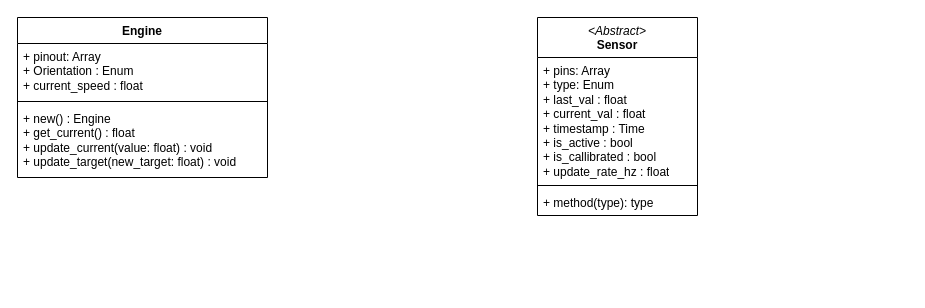
The draw.io diagram doc/ClassDiagramm.drawio in Bl8nk20/drone, before the edit. Source tidied: cells renumbered, new cells numbered last; positions are measured from the earlier drawing's top-left corner, leaving out a move shared by most shapes. Both pictures are drawn from the tidied source at 100%, with x=0, y=0 at pixel (17, 17).
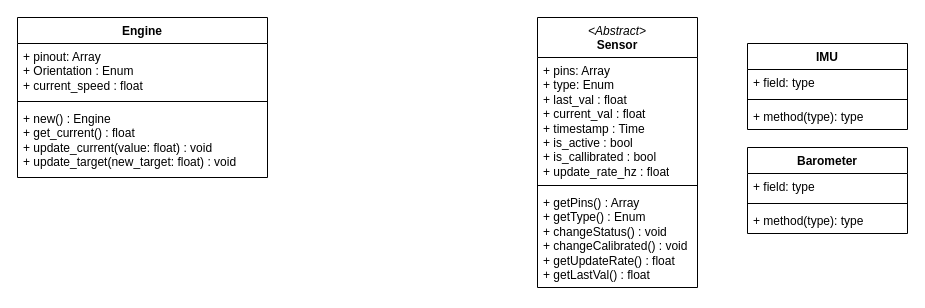
The same diagram, later.

Commit message:
added some methods to abstract Sensor Class

The edit, as a diff of the source:
```diff
@@
 <mxGraphModel>
   <root>
     <mxCell id="0" />
     <mxCell id="1" parent="0" />
     <mxCell id="2" value="Engine" style="swimlane;fontStyle=1;align=center;verticalAlign=top;horizontal=1;startSize=26;whiteSpace=wrap;html=1;" parent="1" vertex="1">
       <mxGeometry width="250" height="160" as="geometry" />
     </mxCell>
     <mxCell id="3" value="+ pinout: Array&lt;div&gt;+ Orientation : Enum&lt;/div&gt;&lt;div&gt;+ current_speed : float&lt;/div&gt;" style="text;strokeColor=none;fillColor=none;align=left;verticalAlign=top;spacingLeft=4;spacingRight=4;overflow=hidden;whiteSpace=wrap;html=1;" parent="2" vertex="1">
       <mxGeometry y="26" width="250" height="54" as="geometry" />
     </mxCell>
     <mxCell id="4" style="line;strokeWidth=1;fillColor=none;align=left;verticalAlign=middle;spacingTop=-1;spacingLeft=3;spacingRight=3;labelPosition=right;strokeColor=inherit;" parent="2" vertex="1">
       <mxGeometry y="80" width="250" height="8" as="geometry" />
     </mxCell>
     <mxCell id="5" value="+ new() : Engine&lt;div&gt;+ get_current() : float&lt;/div&gt;&lt;div&gt;+ update_current(value: float) : void&lt;/div&gt;&lt;div&gt;+ update_target(new_target: float) : void&lt;/div&gt;" style="text;strokeColor=none;fillColor=none;align=left;verticalAlign=top;spacingLeft=4;spacingRight=4;overflow=hidden;whiteSpace=wrap;html=1;" parent="2" vertex="1">
       <mxGeometry y="88" width="250" height="72" as="geometry" />
     </mxCell>
     <mxCell id="6" value="&lt;span style=&quot;font-weight: normal;&quot;&gt;&lt;i&gt;&amp;lt;Abstract&amp;gt;&lt;/i&gt;&lt;/span&gt;&lt;div&gt;Sensor&lt;/div&gt;" style="swimlane;fontStyle=1;align=center;verticalAlign=top;horizontal=1;startSize=40;whiteSpace=wrap;html=1;" parent="1" vertex="1">
-      <mxGeometry x="520" width="160" height="198" as="geometry" />
+      <mxGeometry x="520" width="160" height="270" as="geometry" />
     </mxCell>
     <mxCell id="7" value="+ pins: Array&lt;div&gt;+ type: Enum&lt;/div&gt;&lt;div&gt;+ last_val : float&lt;/div&gt;&lt;div&gt;+ current_val : float&lt;/div&gt;&lt;div&gt;+ timestamp : Time&lt;/div&gt;&lt;div&gt;+ is_active : bool&lt;/div&gt;&lt;div&gt;+ is_callibrated : bool&lt;/div&gt;&lt;div&gt;+ update_rate_hz : float&lt;/div&gt;" style="text;strokeColor=none;fillColor=none;align=left;verticalAlign=top;spacingLeft=4;spacingRight=4;overflow=hidden;whiteSpace=wrap;html=1;" parent="6" vertex="1">
       <mxGeometry y="40" width="160" height="124" as="geometry" />
     </mxCell>
     <mxCell id="8" style="line;strokeWidth=1;fillColor=none;align=left;verticalAlign=middle;spacingTop=-1;spacingLeft=3;spacingRight=3;labelPosition=right;strokeColor=inherit;" parent="6" vertex="1">
       <mxGeometry y="164" width="160" height="8" as="geometry" />
     </mxCell>
-    <mxCell id="9" value="+ method(type): type" style="text;strokeColor=none;fillColor=none;align=left;verticalAlign=top;spacingLeft=4;spacingRight=4;overflow=hidden;whiteSpace=wrap;html=1;" parent="6" vertex="1">
-      <mxGeometry y="172" width="160" height="26" as="geometry" />
+    <mxCell id="9" value="+ getPins() : Array&lt;div&gt;+ getType() : Enum&lt;/div&gt;&lt;div&gt;+ changeStatus() : void&lt;/div&gt;&lt;div&gt;+ changeCalibrated() : void&lt;/div&gt;&lt;div&gt;+ getUpdateRate() : float&lt;/div&gt;&lt;div&gt;+ getLastVal() : float&lt;/div&gt;" style="text;strokeColor=none;fillColor=none;align=left;verticalAlign=top;spacingLeft=4;spacingRight=4;overflow=hidden;whiteSpace=wrap;html=1;" parent="6" vertex="1">
+      <mxGeometry y="172" width="160" height="98" as="geometry" />
     </mxCell>
+    <mxCell id="10" value="IMU" style="swimlane;fontStyle=1;align=center;verticalAlign=top;horizontal=1;startSize=26;whiteSpace=wrap;html=1;" parent="1" vertex="1">
+      <mxGeometry x="730" y="26" width="160" height="86" as="geometry" />
+    </mxCell>
+    <mxCell id="11" value="+ field: type" style="text;strokeColor=none;fillColor=none;align=left;verticalAlign=top;spacingLeft=4;spacingRight=4;overflow=hidden;whiteSpace=wrap;html=1;" parent="10" vertex="1">
+      <mxGeometry y="26" width="160" height="26" as="geometry" />
+    </mxCell>
+    <mxCell id="12" style="line;strokeWidth=1;fillColor=none;align=left;verticalAlign=middle;spacingTop=-1;spacingLeft=3;spacingRight=3;labelPosition=right;strokeColor=inherit;" parent="10" vertex="1">
+      <mxGeometry y="52" width="160" height="8" as="geometry" />
+    </mxCell>
+    <mxCell id="13" value="+ method(type): type" style="text;strokeColor=none;fillColor=none;align=left;verticalAlign=top;spacingLeft=4;spacingRight=4;overflow=hidden;whiteSpace=wrap;html=1;" parent="10" vertex="1">
+      <mxGeometry y="60" width="160" height="26" as="geometry" />
+    </mxCell>
+    <mxCell id="14" value="Barometer" style="swimlane;fontStyle=1;align=center;verticalAlign=top;horizontal=1;startSize=26;whiteSpace=wrap;html=1;" parent="1" vertex="1">
+      <mxGeometry x="730" y="130" width="160" height="86" as="geometry" />
+    </mxCell>
+    <mxCell id="15" value="+ field: type" style="text;strokeColor=none;fillColor=none;align=left;verticalAlign=top;spacingLeft=4;spacingRight=4;overflow=hidden;whiteSpace=wrap;html=1;" parent="14" vertex="1">
+      <mxGeometry y="26" width="160" height="26" as="geometry" />
+    </mxCell>
+    <mxCell id="16" style="line;strokeWidth=1;fillColor=none;align=left;verticalAlign=middle;spacingTop=-1;spacingLeft=3;spacingRight=3;labelPosition=right;strokeColor=inherit;" parent="14" vertex="1">
+      <mxGeometry y="52" width="160" height="8" as="geometry" />
+    </mxCell>
+    <mxCell id="17" value="+ method(type): type" style="text;strokeColor=none;fillColor=none;align=left;verticalAlign=top;spacingLeft=4;spacingRight=4;overflow=hidden;whiteSpace=wrap;html=1;" parent="14" vertex="1">
+      <mxGeometry y="60" width="160" height="26" as="geometry" />
+    </mxCell>
   </root>
 </mxGraphModel>
```
